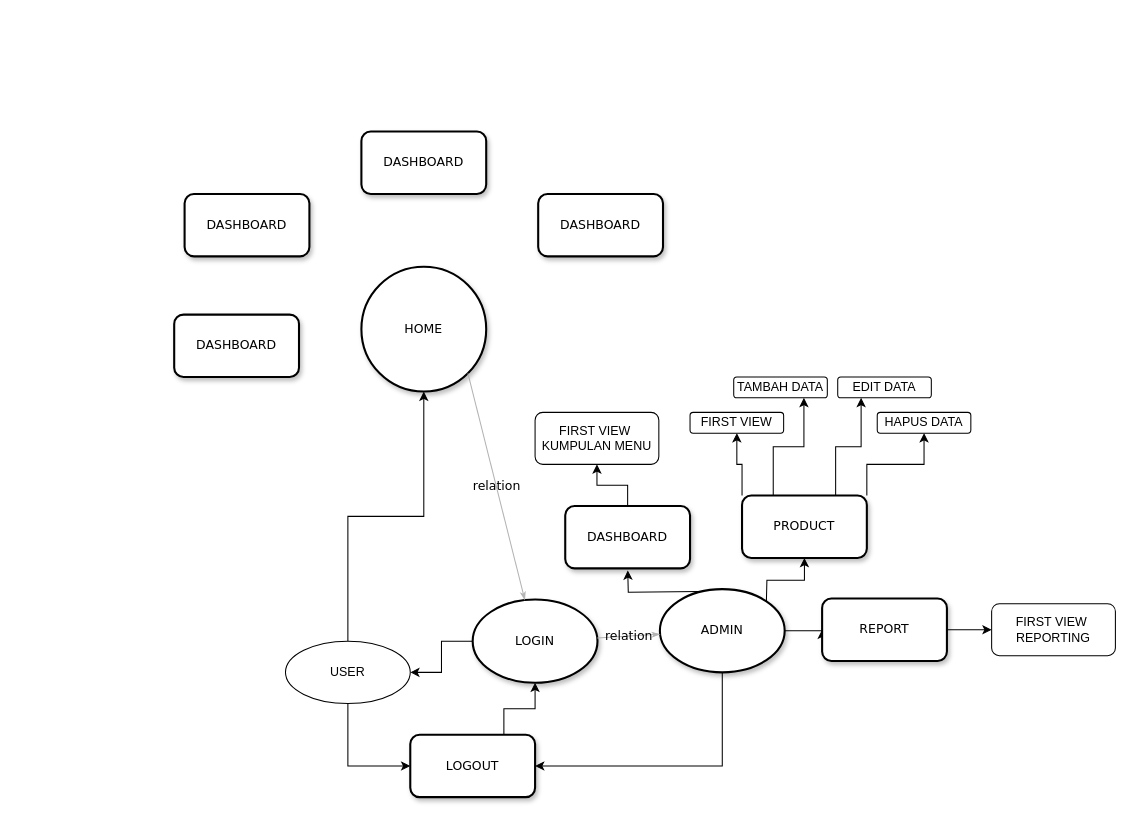
This is Untitled Diagram.drawio from rajab-ode/test, a draw.io file, before an edit. Source tidied: cells renumbered, new cells numbered last; positions are measured from the earlier drawing's top-left corner, leaving out a move shared by most shapes. Both pictures are drawn from the tidied source at 104%, with x=0, y=0 at pixel (174, 131).
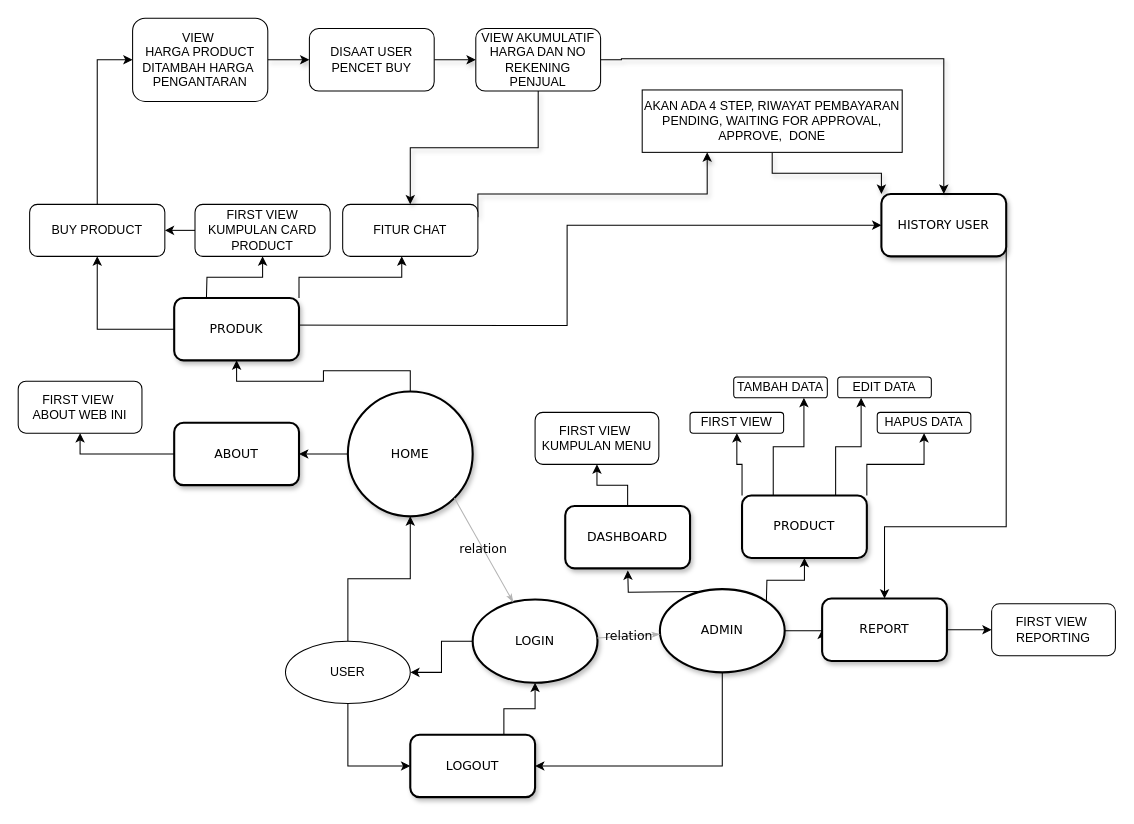
The same diagram, later.

Commit message:
Diagram UMKN CLIENT.drawio

Unchanged cells that the change refers to:
```xml
<mxCell id="25" value="REPORT" style="whiteSpace=wrap;html=1;fontFamily=Verdana;rounded=1;shadow=1;comic=0;labelBackgroundColor=none;strokeWidth=2;" parent="1" vertex="1">
  <mxGeometry x="623" y="449" width="120" height="60" as="geometry" />
</mxCell>
```

What changed in the source:
```diff
@@
+    <mxCell id="36" style="edgeStyle=orthogonalEdgeStyle;rounded=0;jettySize=auto;html=1;exitX=0;exitY=0.5;exitDx=0;exitDy=0;entryX=1;entryY=0.5;entryDx=0;entryDy=0;" parent="1" edge="1" source="2" target="34">
+      <mxGeometry relative="1" as="geometry" />
+    </mxCell>
+    <mxCell id="37" style="edgeStyle=orthogonalEdgeStyle;rounded=0;jettySize=auto;html=1;exitX=0.5;exitY=0;exitDx=0;exitDy=0;entryX=0.5;entryY=1;entryDx=0;entryDy=0;" parent="1" edge="1" source="2" target="32">
+      <mxGeometry relative="1" as="geometry" />
+    </mxCell>
     <mxCell id="2" value="HOME" style="ellipse;whiteSpace=wrap;html=1;rounded=1;shadow=1;comic=0;labelBackgroundColor=none;strokeWidth=2;fontFamily=Verdana;fontSize=12;align=center;" parent="1" vertex="1">
-      <mxGeometry x="180" y="130" width="120" height="120" as="geometry" />
+      <mxGeometry x="167" y="250" width="120" height="120" as="geometry" />
     </mxCell>
@@
+    <mxCell id="38" style="edgeStyle=orthogonalEdgeStyle;rounded=0;jettySize=auto;html=1;exitX=1;exitY=0.5;exitDx=0;exitDy=0;entryX=0;entryY=0.5;entryDx=0;entryDy=0;" parent="1" edge="1" target="33">
+      <mxGeometry relative="1" as="geometry">
+        <mxPoint x="74.5" y="186" as="sourcePoint" />
+      </mxGeometry>
+    </mxCell>
+    <mxCell id="39" style="edgeStyle=orthogonalEdgeStyle;rounded=0;jettySize=auto;html=1;exitX=1;exitY=0;exitDx=0;exitDy=0;entryX=0.5;entryY=1;entryDx=0;entryDy=0;" parent="1" edge="1" target="48">
+      <mxGeometry relative="1" as="geometry">
+        <mxPoint x="31" y="160" as="sourcePoint" />
+      </mxGeometry>
+    </mxCell>
+    <mxCell id="40" style="edgeStyle=orthogonalEdgeStyle;rounded=0;jettySize=auto;html=1;exitX=0;exitY=0.5;exitDx=0;exitDy=0;entryX=0.5;entryY=1;entryDx=0;entryDy=0;" parent="1" edge="1" source="32" target="46">
+      <mxGeometry relative="1" as="geometry" />
+    </mxCell>
+    <mxCell id="41" style="edgeStyle=orthogonalEdgeStyle;rounded=0;jettySize=auto;html=1;exitX=1;exitY=0;exitDx=0;exitDy=0;entryX=0.437;entryY=1;entryDx=0;entryDy=0;entryPerimeter=0;" parent="1" edge="1" source="32" target="52">
+      <mxGeometry relative="1" as="geometry" />
+    </mxCell>
-    <mxCell id="32" value="DASHBOARD" style="whiteSpace=wrap;html=1;fontFamily=Verdana;rounded=1;shadow=1;comic=0;labelBackgroundColor=none;strokeWidth=2;" parent="1" vertex="1">
-      <mxGeometry y="176" width="120" height="60" as="geometry" />
+    <mxCell id="32" value="PRODUK" style="whiteSpace=wrap;html=1;fontFamily=Verdana;rounded=1;shadow=1;comic=0;labelBackgroundColor=none;strokeWidth=2;" parent="1" vertex="1">
+      <mxGeometry y="160" width="120" height="60" as="geometry" />
     </mxCell>
+    <mxCell id="42" style="edgeStyle=orthogonalEdgeStyle;rounded=0;jettySize=auto;html=1;exitX=1;exitY=0.5;exitDx=0;exitDy=0;entryX=0.5;entryY=0;entryDx=0;entryDy=0;" parent="1" edge="1" source="33" target="25">
+      <mxGeometry relative="1" as="geometry">
+        <Array as="points">
+          <mxPoint x="800" y="140" />
+          <mxPoint x="800" y="380" />
+          <mxPoint x="683" y="380" />
+        </Array>
+      </mxGeometry>
+    </mxCell>
-    <mxCell id="33" value="DASHBOARD" style="whiteSpace=wrap;html=1;fontFamily=Verdana;rounded=1;shadow=1;comic=0;labelBackgroundColor=none;strokeWidth=2;" parent="1" vertex="1">
-      <mxGeometry x="180" width="120" height="60" as="geometry" />
+    <mxCell id="33" value="HISTORY USER" style="whiteSpace=wrap;html=1;fontFamily=Verdana;rounded=1;shadow=1;comic=0;labelBackgroundColor=none;strokeWidth=2;" parent="1" vertex="1">
+      <mxGeometry x="680" y="60" width="120" height="60" as="geometry" />
     </mxCell>
+    <mxCell id="43" style="edgeStyle=orthogonalEdgeStyle;rounded=0;jettySize=auto;html=1;exitX=0;exitY=0.5;exitDx=0;exitDy=0;entryX=0.5;entryY=1;entryDx=0;entryDy=0;" parent="1" edge="1" source="34" target="44">
+      <mxGeometry relative="1" as="geometry" />
+    </mxCell>
-    <mxCell id="34" value="DASHBOARD" style="whiteSpace=wrap;html=1;fontFamily=Verdana;rounded=1;shadow=1;comic=0;labelBackgroundColor=none;strokeWidth=2;" parent="1" vertex="1">
-      <mxGeometry x="10" y="60" width="120" height="60" as="geometry" />
+    <mxCell id="34" value="ABOUT" style="whiteSpace=wrap;html=1;fontFamily=Verdana;rounded=1;shadow=1;comic=0;labelBackgroundColor=none;strokeWidth=2;" parent="1" vertex="1">
+      <mxGeometry y="280" width="120" height="60" as="geometry" />
     </mxCell>
-    <mxCell id="35" value="DASHBOARD" style="whiteSpace=wrap;html=1;fontFamily=Verdana;rounded=1;shadow=1;comic=0;labelBackgroundColor=none;strokeWidth=2;" parent="1" vertex="1">
-      <mxGeometry x="350" y="60" width="120" height="60" as="geometry" />
-    </mxCell>
+    <mxCell id="44" value="FIRST VIEW&amp;nbsp;&lt;br&gt;ABOUT WEB INI" style="rounded=1;whiteSpace=wrap;html=1;" parent="1" vertex="1">
+      <mxGeometry x="-150" y="240" width="119" height="50" as="geometry" />
+    </mxCell>
+    <mxCell id="45" style="edgeStyle=orthogonalEdgeStyle;rounded=0;jettySize=auto;html=1;exitX=0.5;exitY=0;exitDx=0;exitDy=0;entryX=0;entryY=0.5;entryDx=0;entryDy=0;" parent="1" edge="1" source="46" target="50">
+      <mxGeometry relative="1" as="geometry" />
+    </mxCell>
+    <mxCell id="46" value="BUY PRODUCT" style="rounded=1;whiteSpace=wrap;html=1;" parent="1" vertex="1">
+      <mxGeometry x="-139" y="70" width="130" height="50" as="geometry" />
+    </mxCell>
+    <mxCell id="47" style="edgeStyle=orthogonalEdgeStyle;rounded=0;jettySize=auto;html=1;exitX=0;exitY=0.5;exitDx=0;exitDy=0;entryX=1;entryY=0.5;entryDx=0;entryDy=0;" parent="1" edge="1" source="48" target="46">
+      <mxGeometry relative="1" as="geometry" />
+    </mxCell>
+    <mxCell id="48" value="FIRST VIEW&lt;br&gt;KUMPULAN CARD&lt;br&gt;PRODUCT" style="rounded=1;whiteSpace=wrap;html=1;" parent="1" vertex="1">
+      <mxGeometry x="20" y="70" width="130" height="50" as="geometry" />
+    </mxCell>
+    <mxCell id="49" style="edgeStyle=orthogonalEdgeStyle;rounded=0;jettySize=auto;html=1;shadow=1;" parent="1" edge="1" source="50" target="56">
+      <mxGeometry relative="1" as="geometry" />
+    </mxCell>
+    <mxCell id="50" value="VIEW&amp;nbsp;&lt;br&gt;HARGA PRODUCT DITAMBAH HARGA&amp;nbsp;&lt;br&gt;PENGANTARAN" style="rounded=1;whiteSpace=wrap;html=1;" parent="1" vertex="1">
+      <mxGeometry x="-40" y="-109" width="130" height="80" as="geometry" />
+    </mxCell>
+    <mxCell id="51" style="edgeStyle=orthogonalEdgeStyle;rounded=0;jettySize=auto;html=1;exitX=1;exitY=0.25;exitDx=0;exitDy=0;entryX=0.25;entryY=1;entryDx=0;entryDy=0;shadow=1;" parent="1" edge="1" source="52" target="54">
+      <mxGeometry relative="1" as="geometry">
+        <Array as="points">
+          <mxPoint x="292" y="60" />
+          <mxPoint x="513" y="60" />
+        </Array>
+      </mxGeometry>
+    </mxCell>
+    <mxCell id="52" value="FITUR CHAT" style="rounded=1;whiteSpace=wrap;html=1;" parent="1" vertex="1">
+      <mxGeometry x="162" y="70" width="130" height="50" as="geometry" />
+    </mxCell>
+    <mxCell id="53" style="edgeStyle=orthogonalEdgeStyle;rounded=0;jettySize=auto;html=1;exitX=0.5;exitY=1;exitDx=0;exitDy=0;entryX=0;entryY=0;entryDx=0;entryDy=0;shadow=1;" parent="1" edge="1" source="54" target="33">
+      <mxGeometry relative="1" as="geometry" />
+    </mxCell>
+    <mxCell id="54" value="AKAN ADA 4 STEP, RIWAYAT PEMBAYARAN&lt;br&gt;PENDING, WAITING FOR APPROVAL, APPROVE,&amp;nbsp; DONE" style="rounded=0;whiteSpace=wrap;html=1;" parent="1" vertex="1">
+      <mxGeometry x="450" y="-40" width="250" height="60" as="geometry" />
+    </mxCell>
+    <mxCell id="55" style="edgeStyle=orthogonalEdgeStyle;rounded=0;jettySize=auto;html=1;exitX=1;exitY=0.5;exitDx=0;exitDy=0;entryX=0;entryY=0.5;entryDx=0;entryDy=0;shadow=1;" parent="1" edge="1" source="56" target="59">
+      <mxGeometry relative="1" as="geometry" />
+    </mxCell>
+    <mxCell id="56" value="DISAAT USER PENCET BUY" style="whiteSpace=wrap;html=1;rounded=1;" parent="1" vertex="1">
+      <mxGeometry x="130" y="-99" width="120" height="60" as="geometry" />
+    </mxCell>
+    <mxCell id="57" style="edgeStyle=orthogonalEdgeStyle;rounded=0;jettySize=auto;html=1;exitX=0.5;exitY=1;exitDx=0;exitDy=0;entryX=0.5;entryY=0;entryDx=0;entryDy=0;shadow=1;" parent="1" edge="1" source="59" target="52">
+      <mxGeometry relative="1" as="geometry" />
+    </mxCell>
+    <mxCell id="58" style="edgeStyle=orthogonalEdgeStyle;rounded=0;jettySize=auto;html=1;exitX=1;exitY=0.5;exitDx=0;exitDy=0;entryX=0.5;entryY=0;entryDx=0;entryDy=0;shadow=1;" parent="1" edge="1" source="59" target="33">
+      <mxGeometry relative="1" as="geometry">
+        <Array as="points">
+          <mxPoint x="430" y="-70" />
+          <mxPoint x="740" y="-70" />
+        </Array>
+      </mxGeometry>
+    </mxCell>
+    <mxCell id="59" value="VIEW AKUMULATIF HARGA DAN NO REKENING PENJUAL" style="whiteSpace=wrap;html=1;rounded=1;" parent="1" vertex="1">
+      <mxGeometry x="290" y="-99" width="120" height="60" as="geometry" />
+    </mxCell>
```
